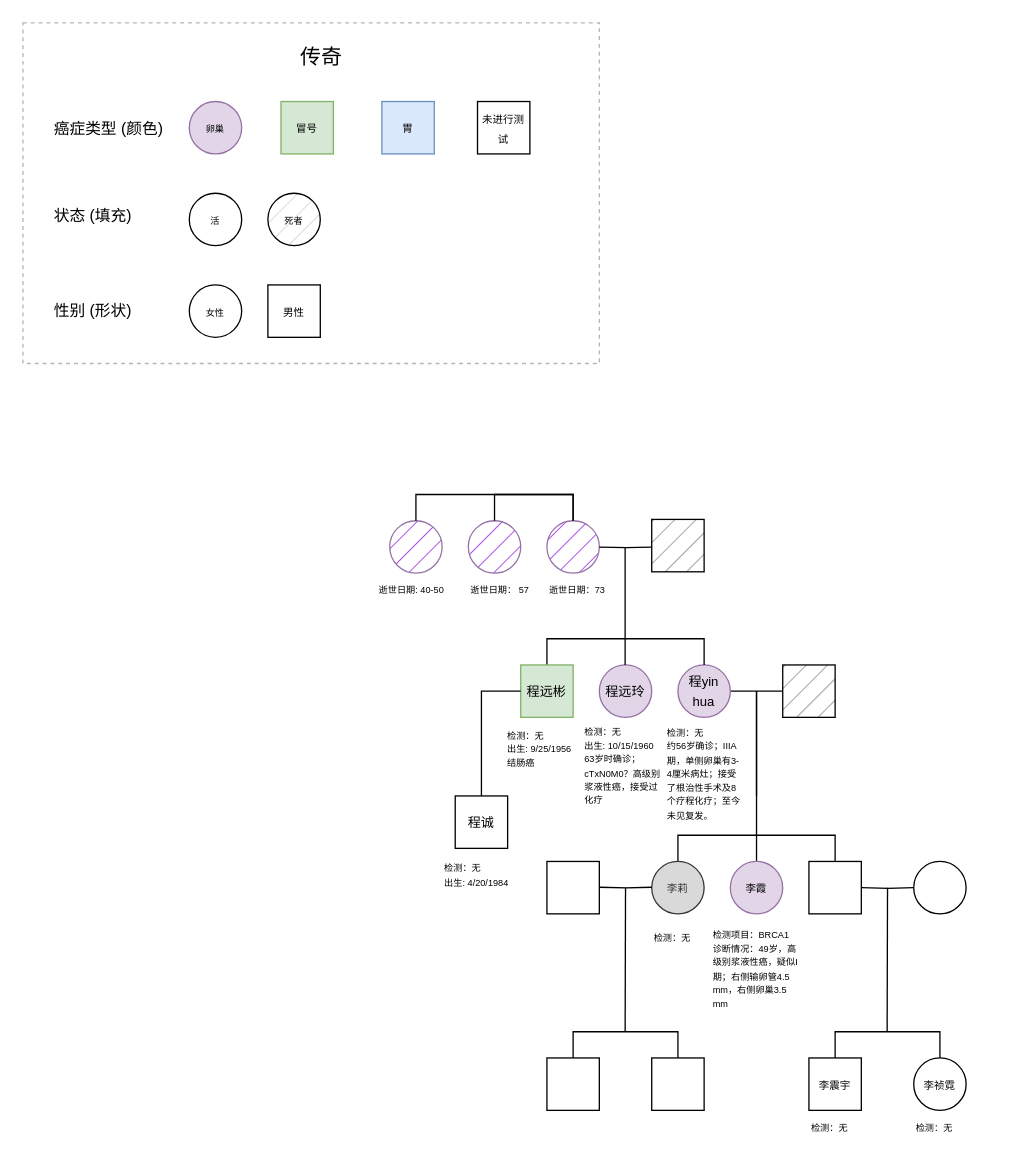
jennyznli/draw.io keeps this draw.io diagram as pedigree_chinese.drawio. Above is the earlier version. Source tidied: cells renumbered, new cells numbered last; positions are measured from the earlier drawing's top-left corner, leaving out a move shared by most shapes. Both pictures are drawn from the tidied source at 131%, with x=0, y=0 at pixel (22, 22).
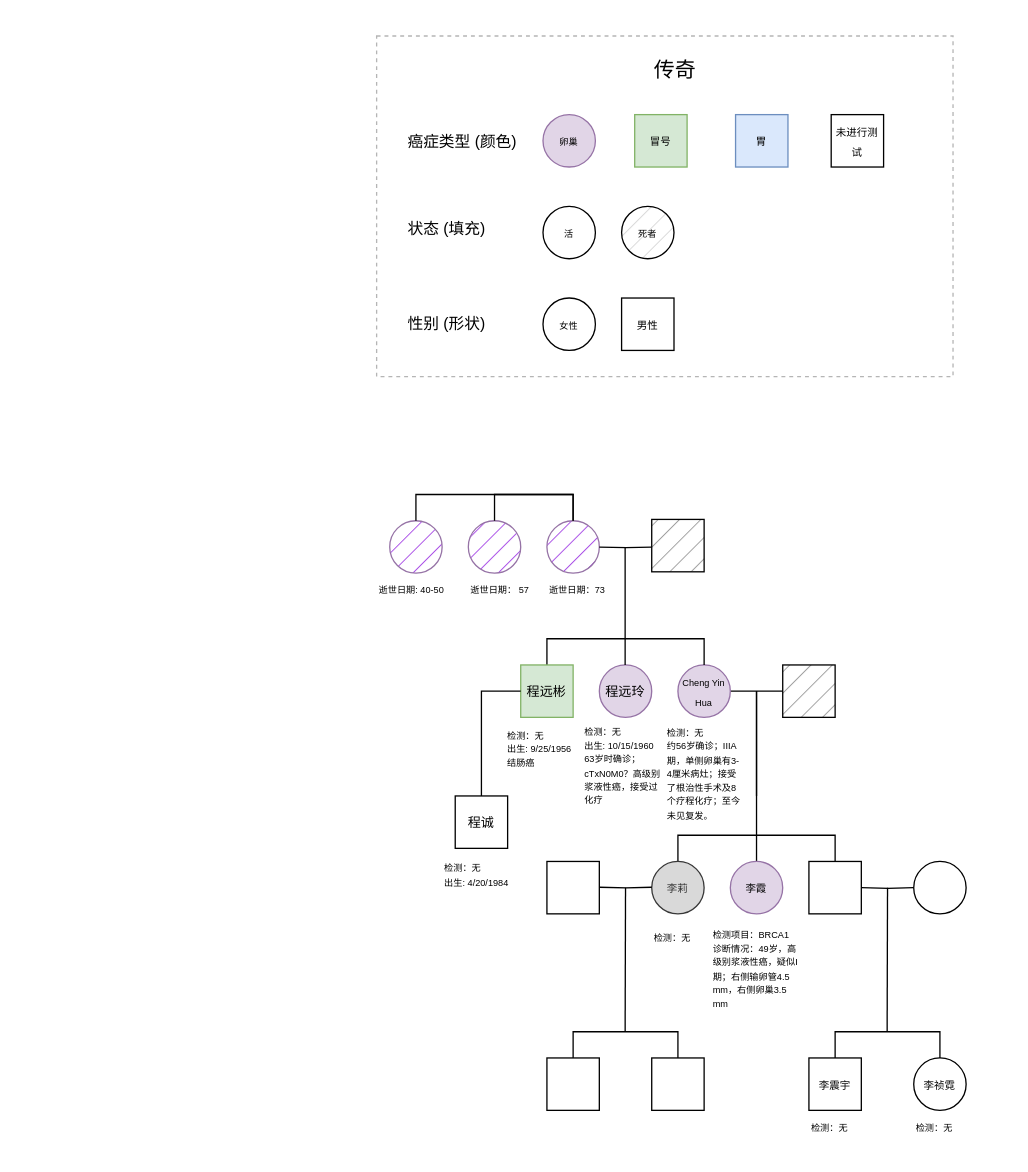
After the change.

Diff of the diagram source:
```diff
@@
     <mxCell id="2" style="rounded=0;whiteSpace=wrap;html=1;dashed=1;perimeterSpacing=0;strokeWidth=1;strokeColor=#B5B5B5;" parent="1" vertex="1">
-      <mxGeometry width="440" height="260" as="geometry" />
+      <mxGeometry x="270" y="10" width="440" height="260" as="geometry" />
     </mxCell>
@@
-    <mxCell id="4" value="&lt;font style=&quot;font-size: 10px;&quot;&gt;程yin hua&lt;/font&gt;" style="ellipse;whiteSpace=wrap;html=1;fillColor=#e1d5e7;strokeColor=#9673a6;" parent="1" vertex="1">
+    <mxCell id="4" value="&lt;font style=&quot;font-size: 7px;&quot;&gt;Cheng Yin Hua&lt;/font&gt;" style="ellipse;whiteSpace=wrap;html=1;fillColor=#e1d5e7;strokeColor=#9673a6;" parent="1" vertex="1">
       <mxGeometry x="500" y="490.1" width="40" height="40" as="geometry" />
     </mxCell>
@@
     <mxCell id="6" style="edgeStyle=orthogonalEdgeStyle;rounded=0;orthogonalLoop=1;jettySize=auto;html=1;entryX=0.5;entryY=0;entryDx=0;entryDy=0;endArrow=none;endFill=0;" parent="1" edge="1">
       <mxGeometry relative="1" as="geometry">
-        <mxPoint x="470" y="560" as="targetPoint" />
+        <mxPoint x="525" y="523" as="targetPoint" />
         <Array as="points">
-          <mxPoint x="350" y="540" />
-          <mxPoint x="470" y="540" />
+          <mxPoint x="405" y="503" />
+          <mxPoint x="525" y="503" />
         </Array>
       </mxGeometry>
     </mxCell>
@@
     <mxCell id="12" value="&lt;span style=&quot;font-size: 7px;&quot;&gt;卵巢&lt;/span&gt;" style="ellipse;whiteSpace=wrap;html=1;fillColor=#e1d5e7;strokeColor=#9673a6;" parent="1" vertex="1">
-      <mxGeometry x="127" y="60" width="40" height="40" as="geometry" />
+      <mxGeometry x="397" y="70" width="40" height="40" as="geometry" />
     </mxCell>
     <mxCell id="13" value="&lt;span style=&quot;font-size: 8px;&quot;&gt;冒号&lt;/span&gt;" style="whiteSpace=wrap;html=1;fillColor=#d5e8d4;strokeColor=#82b366;" parent="1" vertex="1">
-      <mxGeometry x="197" y="60" width="40" height="40" as="geometry" />
+      <mxGeometry x="467" y="70" width="40" height="40" as="geometry" />
     </mxCell>
     <mxCell id="14" value="&lt;div&gt;&lt;span style=&quot;font-size: 8px; background-color: transparent; color: light-dark(rgb(0, 0, 0), rgb(255, 255, 255));&quot;&gt;胃&lt;/span&gt;&lt;/div&gt;" style="whiteSpace=wrap;html=1;fillColor=#dae8fc;strokeColor=#6c8ebf;direction=south;" parent="1" vertex="1">
-      <mxGeometry x="274" y="60" width="40" height="40" as="geometry" />
+      <mxGeometry x="544" y="70" width="40" height="40" as="geometry" />
     </mxCell>
@@
     <mxCell id="52" value="&lt;div&gt;&lt;span style=&quot;font-size: 8px;&quot;&gt;未进行测试&lt;/span&gt;&lt;/div&gt;" style="whiteSpace=wrap;html=1;" parent="1" vertex="1">
-      <mxGeometry x="347" y="60" width="40" height="40" as="geometry" />
+      <mxGeometry x="617" y="70" width="40" height="40" as="geometry" />
     </mxCell>
     <mxCell id="53" value="&lt;span style=&quot;font-size: 7px;&quot;&gt;死者&lt;/span&gt;" style="ellipse;whiteSpace=wrap;html=1;fillStyle=hatch;fillColor=#D9D9D9;" parent="1" vertex="1">
-      <mxGeometry x="187" y="130" width="40" height="40" as="geometry" />
+      <mxGeometry x="457" y="140" width="40" height="40" as="geometry" />
     </mxCell>
     <mxCell id="54" value="&lt;span style=&quot;font-size: 7px;&quot;&gt;女性&lt;/span&gt;" style="ellipse;whiteSpace=wrap;html=1;fillStyle=hatch;fillColor=none;" parent="1" vertex="1">
-      <mxGeometry x="127" y="200" width="40" height="40" as="geometry" />
+      <mxGeometry x="397" y="210" width="40" height="40" as="geometry" />
     </mxCell>
     <mxCell id="55" value="&lt;div&gt;&lt;span style=&quot;font-size: 8px;&quot;&gt;男性&lt;/span&gt;&lt;/div&gt;" style="whiteSpace=wrap;html=1;" parent="1" vertex="1">
-      <mxGeometry x="187" y="200" width="40" height="40" as="geometry" />
+      <mxGeometry x="457" y="210" width="40" height="40" as="geometry" />
     </mxCell>
     <mxCell id="56" value="传奇" style="text;whiteSpace=wrap;fontSize=16;" parent="1" vertex="1">
-      <mxGeometry x="210" y="10" width="60" height="40" as="geometry" />
+      <mxGeometry x="480" y="20" width="60" height="40" as="geometry" />
     </mxCell>
     <mxCell id="57" value="癌症类型 (颜色)" style="text;whiteSpace=wrap;" parent="1" vertex="1">
-      <mxGeometry x="22" y="67" width="100" height="40" as="geometry" />
+      <mxGeometry x="292" y="77" width="100" height="40" as="geometry" />
     </mxCell>
     <mxCell id="58" value="状态 (填充)" style="text;whiteSpace=wrap;" parent="1" vertex="1">
-      <mxGeometry x="22" y="134" width="100" height="40" as="geometry" />
+      <mxGeometry x="292" y="144" width="100" height="40" as="geometry" />
     </mxCell>
     <mxCell id="59" value="性别 (形状)" style="text;whiteSpace=wrap;" parent="1" vertex="1">
-      <mxGeometry x="22" y="206" width="80" height="40" as="geometry" />
+      <mxGeometry x="292" y="216" width="80" height="40" as="geometry" />
     </mxCell>
     <mxCell id="60" value="&lt;span style=&quot;font-size: 7px;&quot;&gt;活&lt;/span&gt;" style="ellipse;whiteSpace=wrap;html=1;fillStyle=hatch;fillColor=#FFFFFF;" parent="1" vertex="1">
-      <mxGeometry x="127" y="130" width="40" height="40" as="geometry" />
+      <mxGeometry x="397" y="140" width="40" height="40" as="geometry" />
     </mxCell>
```
